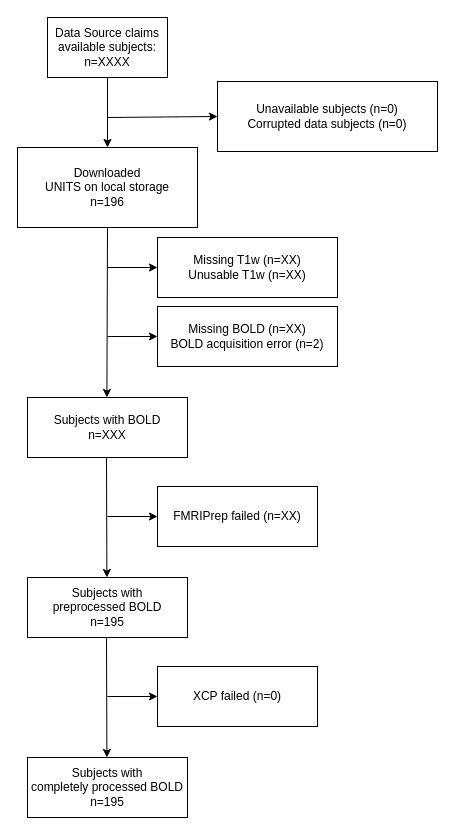
This is PennLINC/CCNP_BIDS_Fix/participation.drawio from YumekaMengjiaLYU/RBC, a draw.io file, before an edit. Source tidied: cells renumbered, new cells numbered last; positions are measured from the earlier drawing's top-left corner, leaving out a move shared by most shapes. Both pictures are drawn from the tidied source at 100%, with x=0, y=0 at pixel (17, 17).
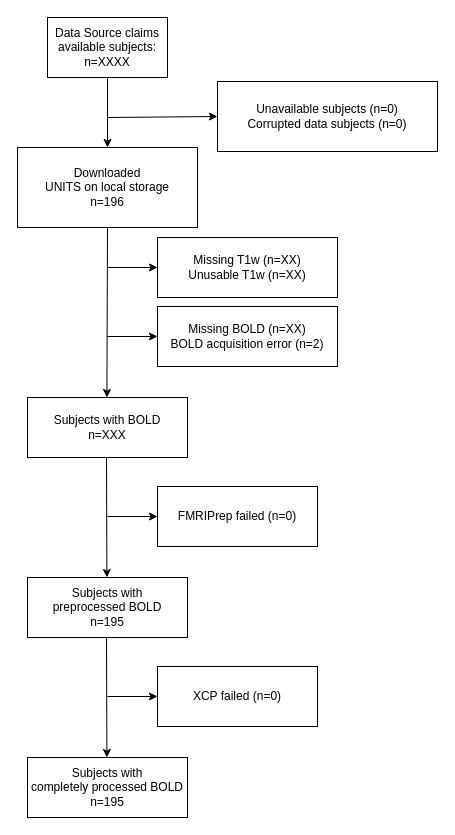
After the change.

Commit message:
no participants failed on fmriprep

What changed in the source:
```diff
@@
-    <mxCell id="15" value="FMRIPrep failed (n=XX)" style="rounded=0;whiteSpace=wrap;html=1;" parent="1" vertex="1">
+    <mxCell id="15" value="FMRIPrep failed (n=0)" style="rounded=0;whiteSpace=wrap;html=1;" parent="1" vertex="1">
       <mxGeometry x="140" y="469" width="160" height="60" as="geometry" />
     </mxCell>
```
